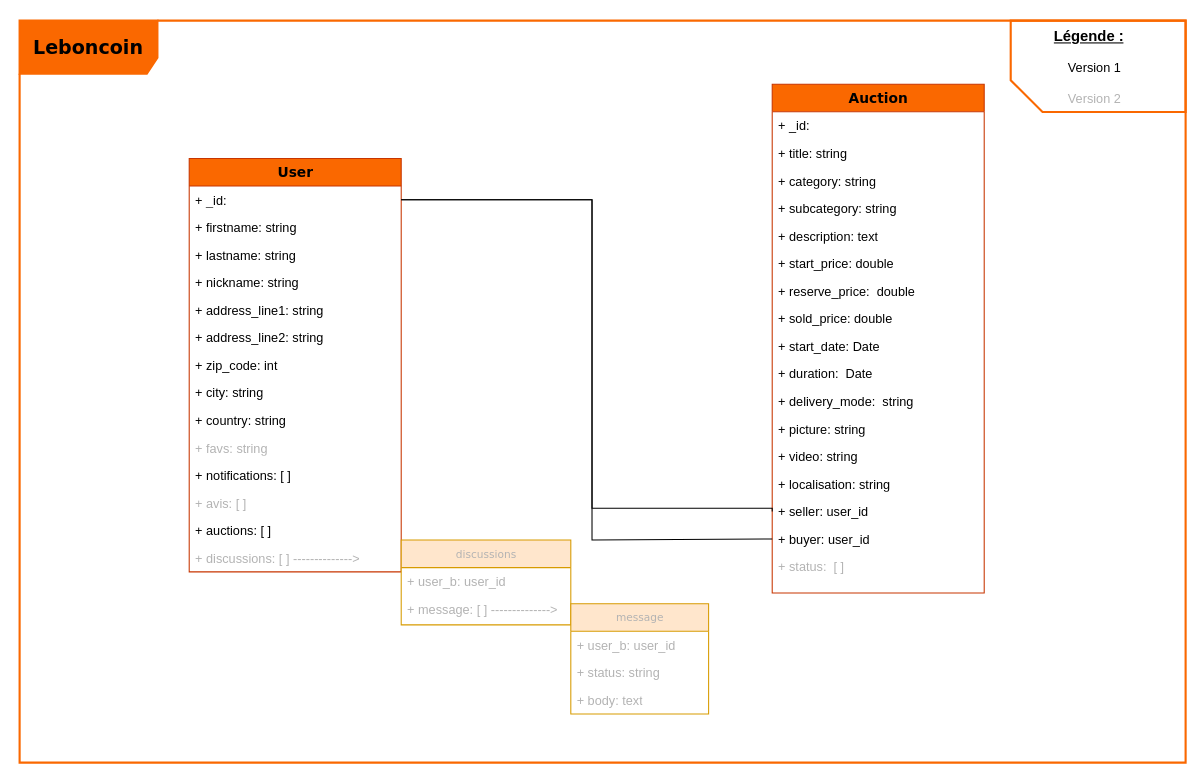
The draw.io diagram Diagramme sans nom.drawio in leboncoin2023/leboncoin, before the edit. Source tidied: cells renumbered, new cells numbered last; positions are measured from the earlier drawing's top-left corner, leaving out a move shared by most shapes. Both pictures are drawn from the tidied source at 106%, with x=0, y=0 at pixel (19, -21).
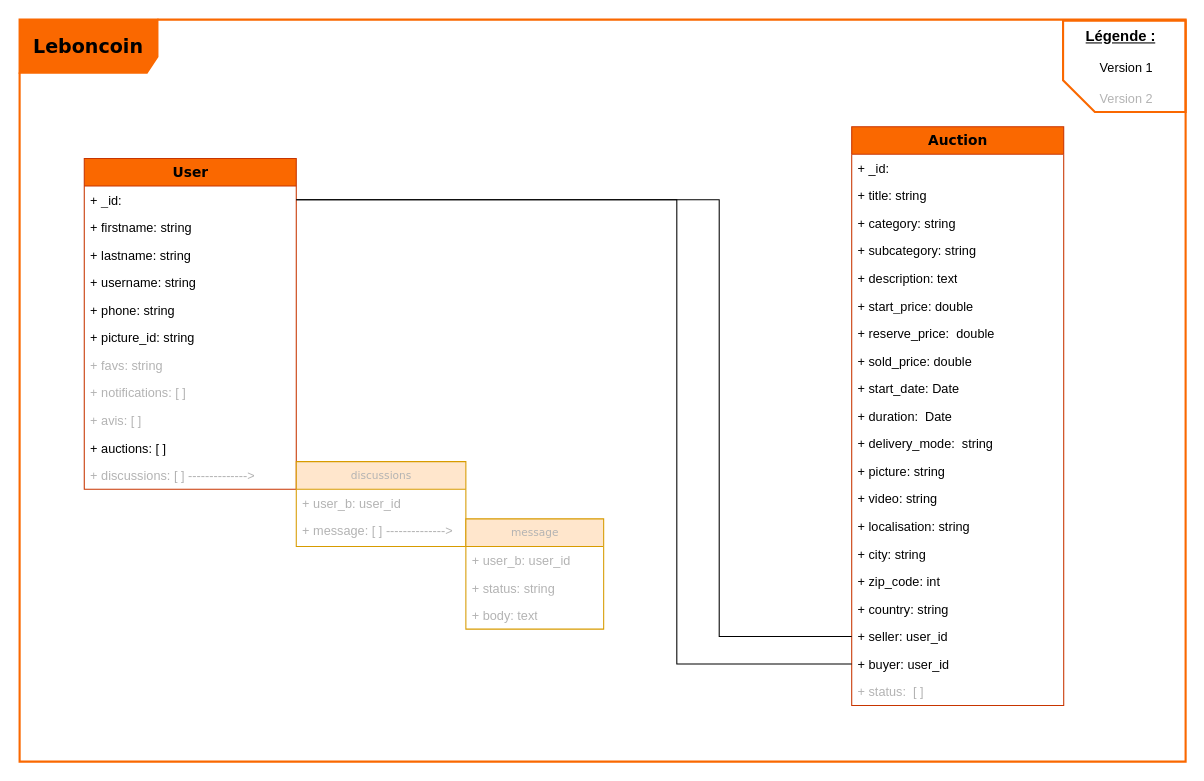
The same diagram, later.

Commit message:
Mettre à jour Diagramme sans nom.drawio

Unchanged cells that the change refers to:
```xml
<mxCell id="4" value="+ _id:" style="text;html=1;strokeColor=none;fillColor=none;align=left;verticalAlign=top;spacingLeft=4;spacingRight=4;whiteSpace=wrap;overflow=hidden;points=[[0,0.5],[1,0.5]];portConstraint=eastwest;" parent="3" vertex="1">
  <mxGeometry y="26" width="200" height="26" as="geometry" />
</mxCell>
```

Change to the diagram source:
```diff
@@
     <mxCell id="2" value="&lt;font style=&quot;font-size: 18px;&quot;&gt;&lt;b&gt;Leboncoin&lt;/b&gt;&lt;/font&gt;" style="shape=umlFrame;whiteSpace=wrap;html=1;rounded=0;shadow=0;comic=0;labelBackgroundColor=none;strokeWidth=2;fontFamily=Verdana;fontSize=10;align=center;width=130;height=50;fillColor=#fa6800;fontColor=#000000;strokeColor=#FA6800;" parent="1" vertex="1">
-      <mxGeometry y="39" width="1100" height="700" as="geometry" />
+      <mxGeometry y="38" width="1100" height="700" as="geometry" />
     </mxCell>
-    <mxCell id="3" value="User" style="swimlane;html=1;fontStyle=1;horizontal=1;startSize=26;fillColor=#fa6800;swimlaneFillColor=#ffffff;rounded=0;shadow=0;comic=0;labelBackgroundColor=none;strokeWidth=1;fontFamily=Verdana;fontSize=13;align=center;fontColor=#000000;strokeColor=#C73500;" parent="1" vertex="1">
-      <mxGeometry x="160" y="169" width="200" height="390" as="geometry" />
+    <mxCell id="3" value="&lt;font color=&quot;#000000&quot;&gt;User&lt;/font&gt;" style="swimlane;html=1;fontStyle=1;horizontal=1;startSize=26;fillColor=#fa6800;swimlaneFillColor=#ffffff;rounded=0;shadow=0;comic=0;labelBackgroundColor=none;strokeWidth=1;fontFamily=Verdana;fontSize=13;align=center;fontColor=#B3B3B3;strokeColor=#C73500;" parent="1" vertex="1">
+      <mxGeometry x="61" y="169" width="200" height="312" as="geometry" />
     </mxCell>
@@
-    <mxCell id="7" value="+ nickname: string" style="text;html=1;strokeColor=none;fillColor=none;align=left;verticalAlign=top;spacingLeft=4;spacingRight=4;whiteSpace=wrap;overflow=hidden;" parent="3" vertex="1">
+    <mxCell id="7" value="+ username: string" style="text;html=1;strokeColor=none;fillColor=none;align=left;verticalAlign=top;spacingLeft=4;spacingRight=4;whiteSpace=wrap;overflow=hidden;" parent="3" vertex="1">
       <mxGeometry y="104" width="200" height="26" as="geometry" />
     </mxCell>
-    <mxCell id="8" value="+ address_line1: string" style="text;html=1;strokeColor=none;fillColor=none;align=left;verticalAlign=top;spacingLeft=4;spacingRight=4;whiteSpace=wrap;overflow=hidden;" parent="3" vertex="1">
-      <mxGeometry y="130" width="200" height="26" as="geometry" />
-    </mxCell>
-    <mxCell id="9" value="+ address_line2: string" style="text;html=1;strokeColor=none;fillColor=none;align=left;verticalAlign=top;spacingLeft=4;spacingRight=4;whiteSpace=wrap;overflow=hidden;" parent="3" vertex="1">
-      <mxGeometry y="156" width="200" height="26" as="geometry" />
-    </mxCell>
-    <mxCell id="10" value="+ zip_code: int" style="text;html=1;strokeColor=none;fillColor=none;align=left;verticalAlign=top;spacingLeft=4;spacingRight=4;whiteSpace=wrap;overflow=hidden;" parent="3" vertex="1">
-      <mxGeometry y="182" width="200" height="26" as="geometry" />
-    </mxCell>
-    <mxCell id="11" value="+ city: string" style="text;html=1;strokeColor=none;fillColor=none;align=left;verticalAlign=top;spacingLeft=4;spacingRight=4;whiteSpace=wrap;overflow=hidden;" parent="3" vertex="1">
-      <mxGeometry y="208" width="200" height="26" as="geometry" />
-    </mxCell>
-    <mxCell id="12" value="+ country: string" style="text;html=1;strokeColor=none;fillColor=none;align=left;verticalAlign=top;spacingLeft=4;spacingRight=4;whiteSpace=wrap;overflow=hidden;" parent="3" vertex="1">
-      <mxGeometry y="234" width="200" height="26" as="geometry" />
-    </mxCell>
+    <mxCell id="47" value="+ phone: string" style="text;html=1;strokeColor=none;fillColor=none;align=left;verticalAlign=top;spacingLeft=4;spacingRight=4;whiteSpace=wrap;overflow=hidden;" parent="3" vertex="1">
+      <mxGeometry y="130" width="200" height="26" as="geometry" />
+    </mxCell>
+    <mxCell id="48" value="&lt;font color=&quot;#000000&quot;&gt;+ picture_id: string&lt;/font&gt;" style="text;html=1;strokeColor=none;fillColor=none;align=left;verticalAlign=top;spacingLeft=4;spacingRight=4;whiteSpace=wrap;overflow=hidden;fontColor=#B3B3B3;" parent="3" vertex="1">
+      <mxGeometry y="156" width="200" height="26" as="geometry" />
+    </mxCell>
     <mxCell id="13" value="+ favs: string" style="text;html=1;strokeColor=none;fillColor=none;align=left;verticalAlign=top;spacingLeft=4;spacingRight=4;whiteSpace=wrap;overflow=hidden;fontColor=#B3B3B3;" parent="3" vertex="1">
-      <mxGeometry y="260" width="200" height="26" as="geometry" />
+      <mxGeometry y="182" width="200" height="26" as="geometry" />
     </mxCell>
-    <mxCell id="14" value="+ notifications: [ ]" style="text;html=1;strokeColor=none;fillColor=none;align=left;verticalAlign=top;spacingLeft=4;spacingRight=4;whiteSpace=wrap;overflow=hidden;" parent="3" vertex="1">
-      <mxGeometry y="286" width="200" height="26" as="geometry" />
+    <mxCell id="14" value="&lt;font color=&quot;#b3b3b3&quot;&gt;+ notifications: [ ]&lt;/font&gt;" style="text;html=1;strokeColor=none;fillColor=none;align=left;verticalAlign=top;spacingLeft=4;spacingRight=4;whiteSpace=wrap;overflow=hidden;" parent="3" vertex="1">
+      <mxGeometry y="208" width="200" height="26" as="geometry" />
     </mxCell>
     <mxCell id="15" value="+ avis: [ ]" style="text;html=1;strokeColor=none;fillColor=none;align=left;verticalAlign=top;spacingLeft=4;spacingRight=4;whiteSpace=wrap;overflow=hidden;fontColor=#B3B3B3;" parent="3" vertex="1">
-      <mxGeometry y="312" width="200" height="26" as="geometry" />
+      <mxGeometry y="234" width="200" height="26" as="geometry" />
     </mxCell>
     <mxCell id="16" value="+ auctions: [ ]" style="text;html=1;strokeColor=none;fillColor=none;align=left;verticalAlign=top;spacingLeft=4;spacingRight=4;whiteSpace=wrap;overflow=hidden;" parent="3" vertex="1">
-      <mxGeometry y="338" width="200" height="26" as="geometry" />
+      <mxGeometry y="260" width="200" height="26" as="geometry" />
     </mxCell>
     <mxCell id="17" value="&lt;font color=&quot;#b3b3b3&quot;&gt;+ discussions: [ ] --------------&amp;gt;&lt;/font&gt;" style="text;html=1;strokeColor=none;fillColor=none;align=left;verticalAlign=top;spacingLeft=4;spacingRight=4;whiteSpace=wrap;overflow=hidden;" parent="3" vertex="1">
-      <mxGeometry y="364" width="200" height="26" as="geometry" />
+      <mxGeometry y="286" width="200" height="26" as="geometry" />
     </mxCell>
     <mxCell id="18" value="&lt;font color=&quot;#b3b3b3&quot;&gt;discussions&lt;/font&gt;" style="swimlane;html=1;fontStyle=0;horizontal=1;startSize=26;fillColor=#ffe6cc;swimlaneFillColor=#ffffff;rounded=0;shadow=0;comic=0;labelBackgroundColor=none;strokeWidth=1;fontFamily=Verdana;fontSize=10;align=center;strokeColor=#d79b00;" parent="1" vertex="1">
-      <mxGeometry x="360" y="529" width="160" height="80" as="geometry" />
+      <mxGeometry x="261" y="455" width="160" height="80" as="geometry" />
     </mxCell>
@@
     <mxCell id="21" value="&lt;font color=&quot;#b3b3b3&quot;&gt;message&lt;/font&gt;" style="swimlane;html=1;fontStyle=0;horizontal=1;startSize=26;fillColor=#ffe6cc;swimlaneFillColor=#ffffff;rounded=0;shadow=0;comic=0;labelBackgroundColor=none;strokeWidth=1;fontFamily=Verdana;fontSize=10;align=center;strokeColor=#d79b00;" parent="1" vertex="1">
-      <mxGeometry x="520" y="589" width="130" height="104" as="geometry" />
+      <mxGeometry x="421" y="509" width="130" height="104" as="geometry" />
     </mxCell>
@@
     <mxCell id="25" value="Auction" style="swimlane;html=1;fontStyle=1;horizontal=1;startSize=26;fillColor=#fa6800;swimlaneFillColor=#ffffff;rounded=0;shadow=0;comic=0;labelBackgroundColor=none;strokeWidth=1;fontFamily=Verdana;fontSize=13;align=center;fontColor=#000000;strokeColor=#C73500;" parent="1" vertex="1">
-      <mxGeometry x="710" y="99" width="200" height="480" as="geometry" />
+      <mxGeometry x="785" y="139" width="200" height="546" as="geometry" />
     </mxCell>
@@
+    <mxCell id="11" value="+ city: string" style="text;html=1;strokeColor=none;fillColor=none;align=left;verticalAlign=top;spacingLeft=4;spacingRight=4;whiteSpace=wrap;overflow=hidden;" parent="25" vertex="1">
+      <mxGeometry y="390" width="200" height="26" as="geometry" />
+    </mxCell>
+    <mxCell id="10" value="+ zip_code: int" style="text;html=1;strokeColor=none;fillColor=none;align=left;verticalAlign=top;spacingLeft=4;spacingRight=4;whiteSpace=wrap;overflow=hidden;" parent="25" vertex="1">
+      <mxGeometry y="416" width="200" height="26" as="geometry" />
+    </mxCell>
+    <mxCell id="12" value="+ country: string" style="text;html=1;strokeColor=none;fillColor=none;align=left;verticalAlign=top;spacingLeft=4;spacingRight=4;whiteSpace=wrap;overflow=hidden;" parent="25" vertex="1">
+      <mxGeometry y="442" width="200" height="26" as="geometry" />
+    </mxCell>
     <mxCell id="40" value="+ seller: user_id" style="text;html=1;strokeColor=none;fillColor=none;align=left;verticalAlign=top;spacingLeft=4;spacingRight=4;whiteSpace=wrap;overflow=hidden;points=[[0,0.5],[1,0.5]];portConstraint=eastwest;" parent="25" vertex="1">
-      <mxGeometry y="390" width="200" height="26" as="geometry" />
+      <mxGeometry y="468" width="200" height="26" as="geometry" />
     </mxCell>
     <mxCell id="41" value="+ buyer: user_id" style="text;html=1;strokeColor=none;fillColor=none;align=left;verticalAlign=top;spacingLeft=4;spacingRight=4;whiteSpace=wrap;overflow=hidden;points=[[0,0.5],[1,0.5]];portConstraint=eastwest;" parent="25" vertex="1">
-      <mxGeometry y="416" width="200" height="26" as="geometry" />
+      <mxGeometry y="494" width="200" height="26" as="geometry" />
     </mxCell>
     <mxCell id="42" value="+ status:&amp;nbsp; [ ]" style="text;html=1;strokeColor=none;fillColor=none;align=left;verticalAlign=top;spacingLeft=4;spacingRight=4;whiteSpace=wrap;overflow=hidden;fontColor=#B3B3B3;" parent="25" vertex="1">
-      <mxGeometry y="442" width="200" height="26" as="geometry" />
+      <mxGeometry y="520" width="200" height="26" as="geometry" />
     </mxCell>
     <mxCell id="43" style="edgeStyle=orthogonalEdgeStyle;jettySize=auto;html=1;rounded=0;exitX=1;exitY=0.5;exitDx=0;exitDy=0;entryX=0;entryY=0.5;entryDx=0;entryDy=0;endArrow=none;endFill=0;" parent="1" edge="1" source="4" target="40">
       <mxGeometry relative="1" as="geometry">
         <Array as="points">
-          <mxPoint x="540" y="208" />
-          <mxPoint x="540" y="499" />
-          <mxPoint x="710" y="499" />
+          <mxPoint x="660" y="208" />
+          <mxPoint x="660" y="620" />
         </Array>
       </mxGeometry>
     </mxCell>
     <mxCell id="44" style="endArrow=none;html=1;rounded=0;exitX=1;exitY=0.5;exitDx=0;exitDy=0;entryX=0;entryY=0.5;entryDx=0;entryDy=0;edgeStyle=orthogonalEdgeStyle;endFill=0;" parent="1" edge="1" source="4" target="41">
       <mxGeometry relative="1" as="geometry">
         <Array as="points">
-          <mxPoint x="540" y="208" />
-          <mxPoint x="540" y="529" />
+          <mxPoint x="620" y="208" />
+          <mxPoint x="620" y="646" />
         </Array>
       </mxGeometry>
     </mxCell>
     <mxCell id="45" style="shape=card;whiteSpace=wrap;html=1;rotation=-90;fillColor=none;fontColor=#000000;strokeColor=#FA6800;strokeWidth=2;" parent="1" vertex="1">
-      <mxGeometry x="974.4" y="-0.4" width="86.2" height="165" as="geometry" />
+      <mxGeometry x="999.1" y="24.3" width="86.2" height="115.6" as="geometry" />
     </mxCell>
     <mxCell id="46" value="&lt;div style=&quot;font-size: 14px;&quot;&gt;&lt;b&gt;&lt;u&gt;Légende :&lt;/u&gt;&lt;/b&gt;&lt;/div&gt;&lt;div&gt;&lt;br&gt;&lt;/div&gt;&lt;div&gt;&lt;span style=&quot;&quot;&gt;&lt;span style=&quot;white-space: pre;&quot;&gt;&amp;nbsp;&amp;nbsp;&amp;nbsp;&amp;nbsp;&lt;/span&gt;&lt;/span&gt;Version 1&lt;/div&gt;&lt;div&gt;&lt;span style=&quot;&quot;&gt;&lt;span style=&quot;white-space: pre;&quot;&gt;&amp;nbsp;&amp;nbsp;&amp;nbsp;&amp;nbsp;&lt;/span&gt;&lt;/span&gt;&lt;br&gt;&lt;div&gt;&lt;font color=&quot;#b3b3b3&quot;&gt;&lt;span style=&quot;white-space: pre;&quot;&gt;&amp;nbsp;&amp;nbsp;&amp;nbsp;&amp;nbsp;&lt;/span&gt;Version 2&lt;/font&gt;&lt;br&gt;&lt;/div&gt;&lt;/div&gt;" style="text;html=1;strokeColor=none;fillColor=none;align=left;verticalAlign=top;spacingLeft=4;spacingRight=4;whiteSpace=wrap;overflow=hidden;labelBackgroundColor=none;" parent="1" vertex="1">
-      <mxGeometry x="970" y="39" width="130" height="80" as="geometry" />
+      <mxGeometry x="1000" y="39" width="100" height="90" as="geometry" />
     </mxCell>
```
